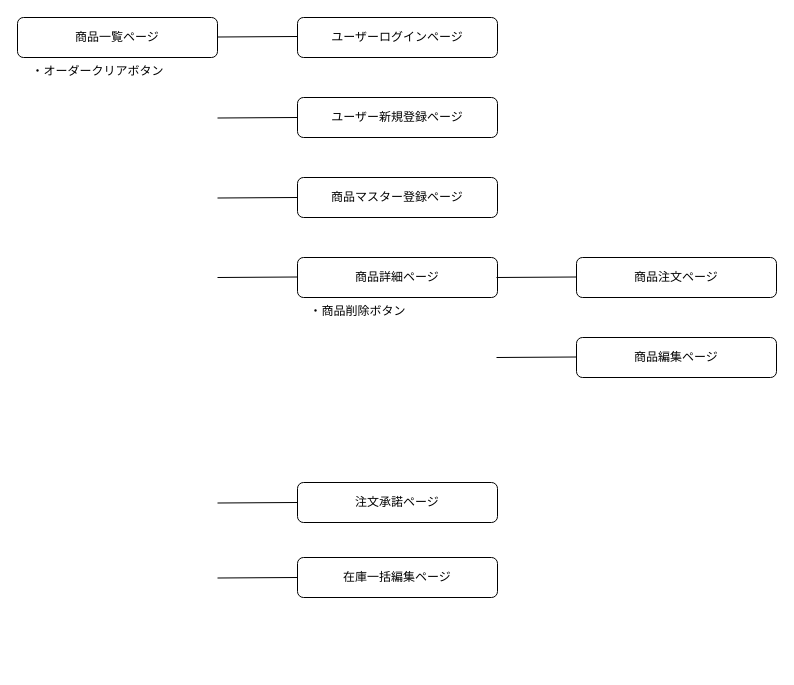
Above: nanaeats画面遷移図.dio in takonushi/nanaeats (draw.io), before the change. Source tidied: cells renumbered, new cells numbered last; positions are measured from the earlier drawing's top-left corner, leaving out a move shared by most shapes. Both pictures are drawn from the tidied source at 100%, with x=0, y=0 at pixel (17, 17).
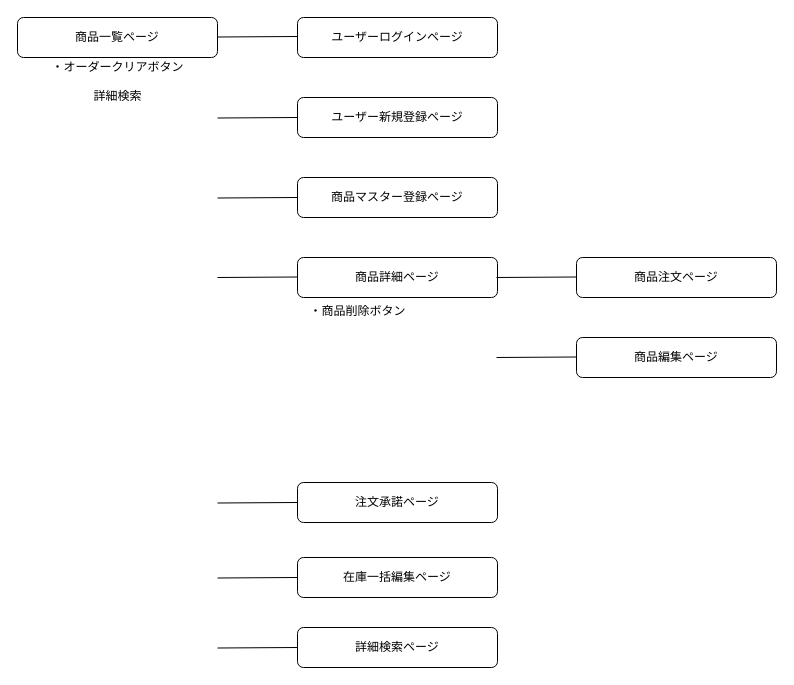
The same page after the edit.

Commit message (it also covers changes not shown here):
画面遷移図・READMEの修正

The edit, as a diff of the source:
```diff
@@
-    <mxCell id="20" value="&lt;span style=&quot;font-weight: normal&quot;&gt;&lt;font style=&quot;font-size: 12px&quot;&gt;・オーダークリアボタン&lt;/font&gt;&lt;/span&gt;" style="text;strokeColor=none;fillColor=none;html=1;fontSize=24;fontStyle=1;verticalAlign=middle;align=center;" parent="1" vertex="1">
-      <mxGeometry x="30" y="30" width="100" height="40" as="geometry" />
+    <mxCell id="20" value="&lt;span style=&quot;font-weight: normal&quot;&gt;&lt;font style=&quot;font-size: 12px&quot;&gt;・オーダークリアボタン&lt;br&gt;詳細検索&lt;br&gt;&lt;/font&gt;&lt;/span&gt;" style="text;strokeColor=none;fillColor=none;html=1;fontSize=24;fontStyle=1;verticalAlign=middle;align=center;" parent="1" vertex="1">
+      <mxGeometry x="25.5" y="40" width="149" height="40" as="geometry" />
     </mxCell>
+    <mxCell id="21" style="endArrow=none;html=1;" parent="1" edge="1">
+      <mxGeometry relative="1" as="geometry">
+        <mxPoint x="200" y="630.5" as="sourcePoint" />
+        <mxPoint x="280" y="630" as="targetPoint" />
+      </mxGeometry>
+    </mxCell>
+    <mxCell id="22" value="詳細検索ページ" style="rounded=1;whiteSpace=wrap;html=1;" parent="1" vertex="1">
+      <mxGeometry x="280" y="610" width="200" height="40" as="geometry" />
+    </mxCell>
```
